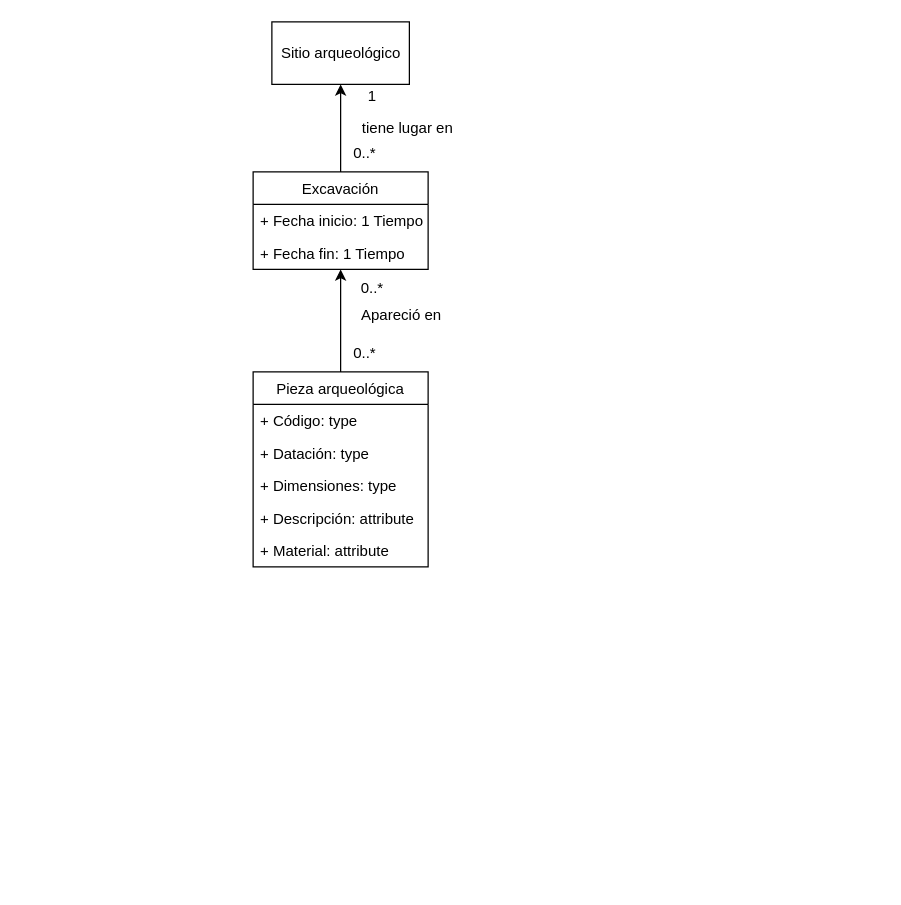
Above: Ejercicios/Ejercicio28.drawio in Enriquepardo/ejercicios-grupales- (draw.io), before the change. Source tidied: cells renumbered, new cells numbered last; positions are measured from the earlier drawing's top-left corner, leaving out a move shared by most shapes. Both pictures are drawn from the tidied source at 125%, with x=0, y=0 at pixel (252, 21).
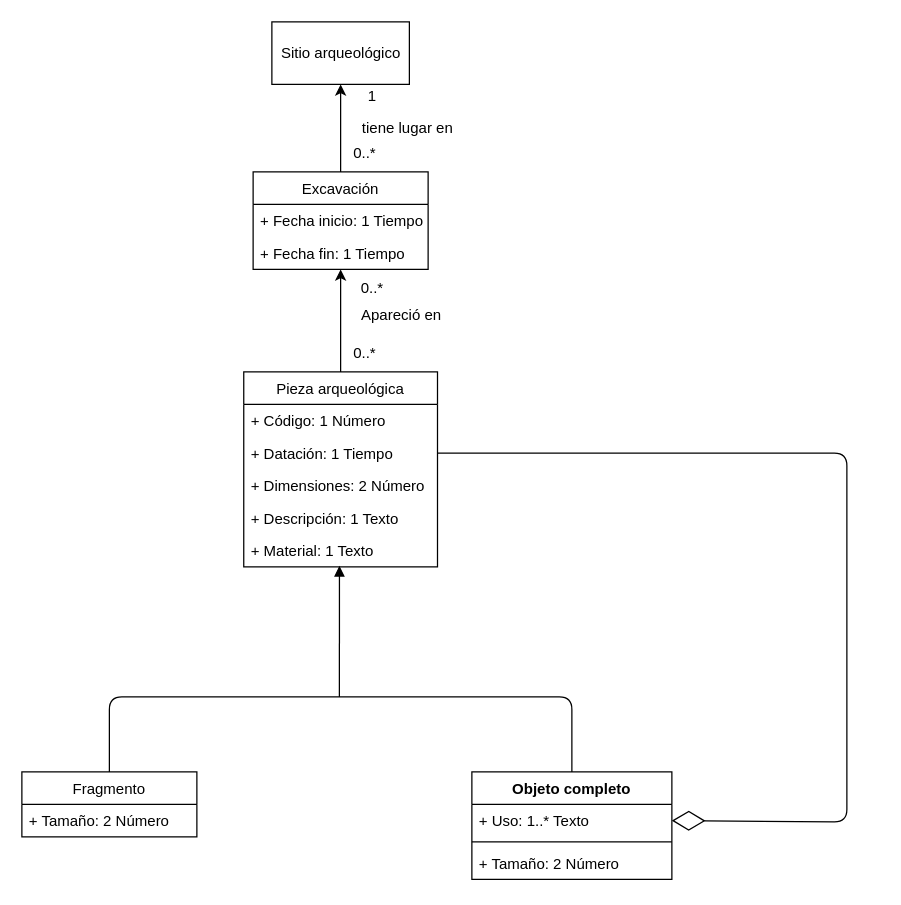
The same page after the edit.

Diff of the diagram source:
```diff
@@
     <mxCell id="11" value="Pieza arqueológica" style="swimlane;fontStyle=0;horizontal=1;startSize=26;fillColor=default;" parent="1" vertex="1">
-      <mxGeometry y="280" width="140" height="156" as="geometry" />
+      <mxGeometry x="-7.5" y="280" width="155" height="156" as="geometry" />
     </mxCell>
-    <mxCell id="12" value="+ Código: type" style="text;strokeColor=none;fillColor=none;align=left;verticalAlign=top;spacingLeft=4;spacingRight=4;overflow=hidden;" parent="11" vertex="1">
-      <mxGeometry y="26" width="140" height="26" as="geometry" />
+    <mxCell id="12" value="+ Código: 1 Número" style="text;strokeColor=none;fillColor=none;align=left;verticalAlign=top;spacingLeft=4;spacingRight=4;overflow=hidden;" parent="11" vertex="1">
+      <mxGeometry y="26" width="155" height="26" as="geometry" />
     </mxCell>
-    <mxCell id="13" value="+ Datación: type" style="text;strokeColor=none;fillColor=none;align=left;verticalAlign=top;spacingLeft=4;spacingRight=4;overflow=hidden;points=[[0,0.5],[1,0.5]];portConstraint=eastwest;" parent="11" vertex="1">
-      <mxGeometry y="52" width="140" height="26" as="geometry" />
+    <mxCell id="13" value="+ Datación: 1 Tiempo" style="text;strokeColor=none;fillColor=none;align=left;verticalAlign=top;spacingLeft=4;spacingRight=4;overflow=hidden;points=[[0,0.5],[1,0.5]];portConstraint=eastwest;" parent="11" vertex="1">
+      <mxGeometry y="52" width="155" height="26" as="geometry" />
     </mxCell>
-    <mxCell id="14" value="+ Dimensiones: type" style="text;strokeColor=none;fillColor=none;align=left;verticalAlign=top;spacingLeft=4;spacingRight=4;overflow=hidden;" parent="11" vertex="1">
-      <mxGeometry y="78" width="140" height="26" as="geometry" />
+    <mxCell id="14" value="+ Dimensiones: 2 Número" style="text;strokeColor=none;fillColor=none;align=left;verticalAlign=top;spacingLeft=4;spacingRight=4;overflow=hidden;" parent="11" vertex="1">
+      <mxGeometry y="78" width="155" height="26" as="geometry" />
     </mxCell>
-    <mxCell id="15" value="+ Descripción: attribute" style="text;strokeColor=none;fillColor=none;align=left;verticalAlign=top;spacingLeft=4;spacingRight=4;overflow=hidden;" parent="11" vertex="1">
-      <mxGeometry y="104" width="140" height="26" as="geometry" />
+    <mxCell id="15" value="+ Descripción: 1 Texto" style="text;strokeColor=none;fillColor=none;align=left;verticalAlign=top;spacingLeft=4;spacingRight=4;overflow=hidden;" parent="11" vertex="1">
+      <mxGeometry y="104" width="155" height="26" as="geometry" />
     </mxCell>
-    <mxCell id="16" value="+ Material: attribute" style="text;strokeColor=none;fillColor=none;align=left;verticalAlign=top;spacingLeft=4;spacingRight=4;overflow=hidden;points=[[0,0.5],[1,0.5]];portConstraint=eastwest;" parent="11" vertex="1">
-      <mxGeometry y="130" width="140" height="26" as="geometry" />
+    <mxCell id="16" value="+ Material: 1 Texto" style="text;strokeColor=none;fillColor=none;align=left;verticalAlign=top;spacingLeft=4;spacingRight=4;overflow=hidden;points=[[0,0.5],[1,0.5]];portConstraint=eastwest;" parent="11" vertex="1">
+      <mxGeometry y="130" width="155" height="26" as="geometry" />
     </mxCell>
@@
+    <mxCell id="20" value="Fragmento" style="swimlane;fontStyle=0;horizontal=1;startSize=26;fillColor=none;" parent="1" vertex="1">
+      <mxGeometry x="-185" y="600" width="140" height="52" as="geometry" />
+    </mxCell>
+    <mxCell id="21" value="+ Tamaño: 2 Número" style="text;strokeColor=none;fillColor=none;align=left;verticalAlign=top;spacingLeft=4;spacingRight=4;overflow=hidden;" parent="20" vertex="1">
+      <mxGeometry y="26" width="140" height="26" as="geometry" />
+    </mxCell>
+    <mxCell id="22" style="endArrow=diamondThin;endFill=0;endSize=24;html=1;exitX=1;exitY=0.5;exitDx=0;exitDy=0;entryX=1;entryY=0.5;entryDx=0;entryDy=0;" parent="1" edge="1" source="13" target="24">
+      <mxGeometry relative="1" as="geometry">
+        <Array as="points">
+          <mxPoint x="475" y="345" />
+          <mxPoint x="475" y="640" />
+        </Array>
+      </mxGeometry>
+    </mxCell>
+    <mxCell id="23" value="Objeto completo" style="swimlane;fontStyle=1;align=center;verticalAlign=top;horizontal=1;startSize=26;" parent="1" vertex="1">
+      <mxGeometry x="175" y="600" width="160" height="86" as="geometry" />
+    </mxCell>
+    <mxCell id="24" value="+ Uso: 1..* Texto" style="text;strokeColor=none;fillColor=none;align=left;verticalAlign=top;spacingLeft=4;spacingRight=4;overflow=hidden;points=[[0,0.5],[1,0.5]];portConstraint=eastwest;" parent="23" vertex="1">
+      <mxGeometry y="26" width="160" height="26" as="geometry" />
+    </mxCell>
+    <mxCell id="25" style="line;strokeWidth=1;fillColor=none;align=left;verticalAlign=middle;spacingTop=-1;spacingLeft=3;spacingRight=3;labelPosition=right;strokeColor=inherit;" parent="23" vertex="1">
+      <mxGeometry y="52" width="160" height="8" as="geometry" />
+    </mxCell>
+    <mxCell id="26" value="+ Tamaño: 2 Número" style="text;strokeColor=none;fillColor=none;align=left;verticalAlign=top;spacingLeft=4;spacingRight=4;overflow=hidden;" parent="23" vertex="1">
+      <mxGeometry y="60" width="160" height="26" as="geometry" />
+    </mxCell>
+    <mxCell id="27" style="endArrow=none;html=1;edgeStyle=orthogonalEdgeStyle;exitX=0.5;exitY=0;exitDx=0;exitDy=0;entryX=0.5;entryY=0;entryDx=0;entryDy=0;" parent="1" edge="1" source="20" target="23">
+      <mxGeometry relative="1" as="geometry">
+        <Array as="points">
+          <mxPoint x="-115" y="540" />
+          <mxPoint x="255" y="540" />
+        </Array>
+      </mxGeometry>
+    </mxCell>
+    <mxCell id="28" style="html=1;verticalAlign=bottom;endArrow=block;entryX=0.494;entryY=0.969;entryDx=0;entryDy=0;entryPerimeter=0;" parent="1" edge="1" target="16">
+      <mxGeometry relative="1" as="geometry">
+        <mxPoint x="69" y="540" as="sourcePoint" />
+      </mxGeometry>
+    </mxCell>
```
